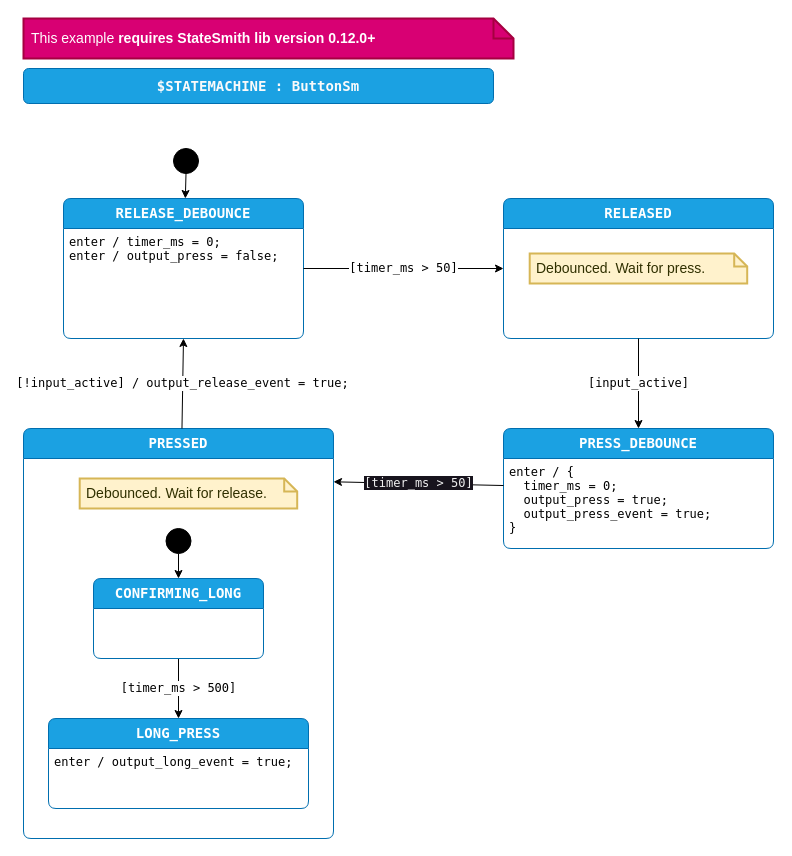
This is page "design" (1 of 3) of buttons-lights-2/ButtonSm.drawio from StateSmith/StateSmith-examples, a draw.io file, before an edit. Source tidied: cells renumbered, new cells numbered last; positions are measured from the earlier drawing's top-left corner, leaving out a move shared by most shapes. Both pictures are drawn from the tidied source at 100%, with x=0, y=0 at pixel (23, 18).
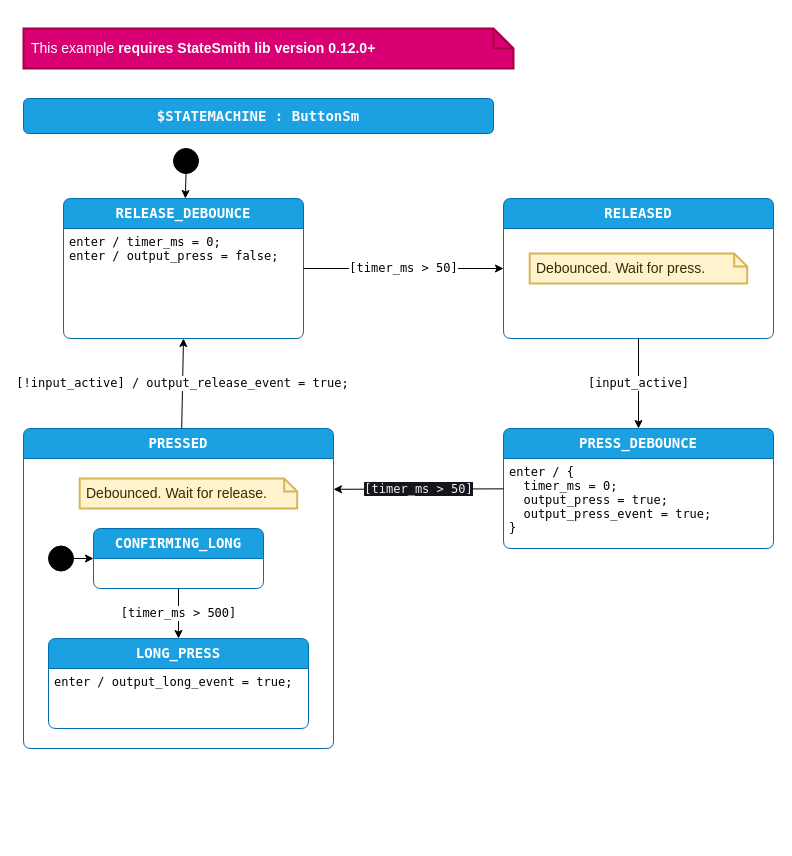
The same diagram, later.

Commit message (it also covers changes not shown here):
button-lights-2 platformio

The change refers to these unchanged cells:
```xml
<mxCell id="18" value="PRESS_DEBOUNCE" style="shape=swimlane;align=center;verticalAlign=top;fontFamily=Lucida Console;startSize=30;fontSize=14;fontStyle=1;fontColor=#ffffff;fillColor=#1ba1e2;swimlaneFillColor=default;rounded=1;arcSize=15;absoluteArcSize=1;points=[[0,0,0,0,0],[0,0.06,0,0,0],[0,0.13,0,0,0],[0,0.19,0,0,0],[0,0.25,0,0,0],[0,0.31,0,0,0],[0,0.38,0,0,0],[0,0.44,0,0,0],[0,0.5,0,0,0],[0,0.56,0,0,0],[0,0.63,0,0,0],[0,0.69,0,0,0],[0,0.75,0,0,0],[0,0.81,0,0,0],[0,0.88,0,0,0],[0,0.94,0,0,0],[0,1,0,0,0],[0.06,0,0,0,0],[0.06,1,0,0,0],[0.13,0,0,0,0],[0.13,1,0,0,0],[0.19,0,0,0,0],[0.19,1,0,0,0],[0.25,0,0,0,0],[0.25,1,0,0,0],[0.31,0,0,0,0],[0.31,1,0,0,0],[0.38,0,0,0,0],[0.38,1,0,0,0],[0.44,0,0,0,0],[0.44,1,0,0,0],[0.5,0,0,0,0],[0.5,1,0,0,0],[0.56,0,0,0,0],[0.56,1,0,0,0],[0.63,0,0,0,0],[0.63,1,0,0,0],[0.69,0,0,0,0],[0.69,1,0,0,0],[0.75,0,0,0,0],[0.75,1,0,0,0],[0.81,0,0,0,0],[0.81,1,0,0,0],[0.88,0,0,0,0],[0.88,1,0,0,0],[0.94,0,0,0,0],[0.94,1,0,0,0],[1,0,0,0,0],[1,0.06,0,0,0],[1,0.13,0,0,0],[1,0.19,0,0,0],[1,0.25,0,0,0],[1,0.31,0,0,0],[1,0.38,0,0,0],[1,0.44,0,0,0],[1,0.5,0,0,0],[1,0.56,0,0,0],[1,0.63,0,0,0],[1,0.69,0,0,0],[1,0.75,0,0,0],[1,0.81,0,0,0],[1,0.88,0,0,0],[1,0.94,0,0,0],[1,1,0,0,0]];strokeColor=#006EAF;" parent="1" vertex="1">
  <mxGeometry x="480" y="410" width="270" height="120" as="geometry" />
</mxCell>
```

The edit, as a diff of the source:
```diff
@@
     <mxCell id="4" value="&lt;div&gt;&lt;span style=&quot;background-color: initial;&quot;&gt;This example&amp;nbsp;&lt;/span&gt;&lt;b style=&quot;background-color: initial;&quot;&gt;requires StateSmith lib version 0.12.0+&lt;/b&gt;&lt;br&gt;&lt;/div&gt;" style="shape=note;strokeWidth=2;fontSize=14;size=20;whiteSpace=wrap;html=1;fillColor=#d80073;strokeColor=#A50040;fontColor=#ffffff;align=left;spacingLeft=6;" parent="1" vertex="1">
-      <mxGeometry width="490" height="40" as="geometry" />
+      <mxGeometry y="10" width="490" height="40" as="geometry" />
     </mxCell>
@@
     <mxCell id="7" value="PRESSED" style="shape=swimlane;align=center;verticalAlign=top;fontFamily=Lucida Console;startSize=30;fontSize=14;fontStyle=1;fontColor=#ffffff;fillColor=#1ba1e2;swimlaneFillColor=default;rounded=1;arcSize=15;absoluteArcSize=1;points=[[0,0,0,0,0],[0,0.06,0,0,0],[0,0.13,0,0,0],[0,0.19,0,0,0],[0,0.25,0,0,0],[0,0.31,0,0,0],[0,0.38,0,0,0],[0,0.44,0,0,0],[0,0.5,0,0,0],[0,0.56,0,0,0],[0,0.63,0,0,0],[0,0.69,0,0,0],[0,0.75,0,0,0],[0,0.81,0,0,0],[0,0.88,0,0,0],[0,0.94,0,0,0],[0,1,0,0,0],[0.06,0,0,0,0],[0.06,1,0,0,0],[0.13,0,0,0,0],[0.13,1,0,0,0],[0.19,0,0,0,0],[0.19,1,0,0,0],[0.25,0,0,0,0],[0.25,1,0,0,0],[0.31,0,0,0,0],[0.31,1,0,0,0],[0.38,0,0,0,0],[0.38,1,0,0,0],[0.44,0,0,0,0],[0.44,1,0,0,0],[0.5,0,0,0,0],[0.5,1,0,0,0],[0.56,0,0,0,0],[0.56,1,0,0,0],[0.63,0,0,0,0],[0.63,1,0,0,0],[0.69,0,0,0,0],[0.69,1,0,0,0],[0.75,0,0,0,0],[0.75,1,0,0,0],[0.81,0,0,0,0],[0.81,1,0,0,0],[0.88,0,0,0,0],[0.88,1,0,0,0],[0.94,0,0,0,0],[0.94,1,0,0,0],[1,0,0,0,0],[1,0.06,0,0,0],[1,0.13,0,0,0],[1,0.19,0,0,0],[1,0.25,0,0,0],[1,0.31,0,0,0],[1,0.38,0,0,0],[1,0.44,0,0,0],[1,0.5,0,0,0],[1,0.56,0,0,0],[1,0.63,0,0,0],[1,0.69,0,0,0],[1,0.75,0,0,0],[1,0.81,0,0,0],[1,0.88,0,0,0],[1,0.94,0,0,0],[1,1,0,0,0]];strokeColor=#006EAF;" parent="1" vertex="1">
-      <mxGeometry y="410" width="310" height="410" as="geometry" />
+      <mxGeometry y="410" width="310" height="320" as="geometry" />
     </mxCell>
@@
     <mxCell id="10" value="CONFIRMING_LONG" style="shape=swimlane;align=center;verticalAlign=top;fontFamily=Lucida Console;startSize=30;fontSize=14;fontStyle=1;fontColor=#ffffff;fillColor=#1ba1e2;swimlaneFillColor=default;rounded=1;arcSize=15;absoluteArcSize=1;points=[[0,0,0,0,0],[0,0.06,0,0,0],[0,0.13,0,0,0],[0,0.19,0,0,0],[0,0.25,0,0,0],[0,0.31,0,0,0],[0,0.38,0,0,0],[0,0.44,0,0,0],[0,0.5,0,0,0],[0,0.56,0,0,0],[0,0.63,0,0,0],[0,0.69,0,0,0],[0,0.75,0,0,0],[0,0.81,0,0,0],[0,0.88,0,0,0],[0,0.94,0,0,0],[0,1,0,0,0],[0.06,0,0,0,0],[0.06,1,0,0,0],[0.13,0,0,0,0],[0.13,1,0,0,0],[0.19,0,0,0,0],[0.19,1,0,0,0],[0.25,0,0,0,0],[0.25,1,0,0,0],[0.31,0,0,0,0],[0.31,1,0,0,0],[0.38,0,0,0,0],[0.38,1,0,0,0],[0.44,0,0,0,0],[0.44,1,0,0,0],[0.5,0,0,0,0],[0.5,1,0,0,0],[0.56,0,0,0,0],[0.56,1,0,0,0],[0.63,0,0,0,0],[0.63,1,0,0,0],[0.69,0,0,0,0],[0.69,1,0,0,0],[0.75,0,0,0,0],[0.75,1,0,0,0],[0.81,0,0,0,0],[0.81,1,0,0,0],[0.88,0,0,0,0],[0.88,1,0,0,0],[0.94,0,0,0,0],[0.94,1,0,0,0],[1,0,0,0,0],[1,0.06,0,0,0],[1,0.13,0,0,0],[1,0.19,0,0,0],[1,0.25,0,0,0],[1,0.31,0,0,0],[1,0.38,0,0,0],[1,0.44,0,0,0],[1,0.5,0,0,0],[1,0.56,0,0,0],[1,0.63,0,0,0],[1,0.69,0,0,0],[1,0.75,0,0,0],[1,0.81,0,0,0],[1,0.88,0,0,0],[1,0.94,0,0,0],[1,1,0,0,0]];strokeColor=#006EAF;" parent="7" vertex="1">
-      <mxGeometry x="70" y="150" width="170" height="80" as="geometry" />
+      <mxGeometry x="70" y="100" width="170" height="60" as="geometry" />
     </mxCell>
@@
     <mxCell id="13" value="$initial_state" style="shape=ellipse;fillColor=#000000;noLabel=1;" parent="7" vertex="1">
-      <mxGeometry x="142.5" y="100" width="25" height="25" as="geometry" />
+      <mxGeometry x="25" y="117.5" width="25" height="25" as="geometry" />
     </mxCell>
     <mxCell id="14" value="LONG_PRESS" style="shape=swimlane;align=center;verticalAlign=top;fontFamily=Lucida Console;startSize=30;fontSize=14;fontStyle=1;fontColor=#ffffff;fillColor=#1ba1e2;swimlaneFillColor=default;rounded=1;arcSize=15;absoluteArcSize=1;points=[[0,0,0,0,0],[0,0.06,0,0,0],[0,0.13,0,0,0],[0,0.19,0,0,0],[0,0.25,0,0,0],[0,0.31,0,0,0],[0,0.38,0,0,0],[0,0.44,0,0,0],[0,0.5,0,0,0],[0,0.56,0,0,0],[0,0.63,0,0,0],[0,0.69,0,0,0],[0,0.75,0,0,0],[0,0.81,0,0,0],[0,0.88,0,0,0],[0,0.94,0,0,0],[0,1,0,0,0],[0.06,0,0,0,0],[0.06,1,0,0,0],[0.13,0,0,0,0],[0.13,1,0,0,0],[0.19,0,0,0,0],[0.19,1,0,0,0],[0.25,0,0,0,0],[0.25,1,0,0,0],[0.31,0,0,0,0],[0.31,1,0,0,0],[0.38,0,0,0,0],[0.38,1,0,0,0],[0.44,0,0,0,0],[0.44,1,0,0,0],[0.5,0,0,0,0],[0.5,1,0,0,0],[0.56,0,0,0,0],[0.56,1,0,0,0],[0.63,0,0,0,0],[0.63,1,0,0,0],[0.69,0,0,0,0],[0.69,1,0,0,0],[0.75,0,0,0,0],[0.75,1,0,0,0],[0.81,0,0,0,0],[0.81,1,0,0,0],[0.88,0,0,0,0],[0.88,1,0,0,0],[0.94,0,0,0,0],[0.94,1,0,0,0],[1,0,0,0,0],[1,0.06,0,0,0],[1,0.13,0,0,0],[1,0.19,0,0,0],[1,0.25,0,0,0],[1,0.31,0,0,0],[1,0.38,0,0,0],[1,0.44,0,0,0],[1,0.5,0,0,0],[1,0.56,0,0,0],[1,0.63,0,0,0],[1,0.69,0,0,0],[1,0.75,0,0,0],[1,0.81,0,0,0],[1,0.88,0,0,0],[1,0.94,0,0,0],[1,1,0,0,0]];strokeColor=#006EAF;" parent="7" vertex="1">
-      <mxGeometry x="25" y="290" width="260" height="90" as="geometry" />
+      <mxGeometry x="25" y="210" width="260" height="90" as="geometry" />
     </mxCell>
@@
     <mxCell id="17" value="&lt;span style=&quot;color: rgb(250, 250, 250); font-family: &amp;quot;Lucida Console&amp;quot;; font-size: 14px; font-weight: 700; text-wrap: nowrap;&quot;&gt;$STATEMACHINE : ButtonSm&lt;/span&gt;" style="rounded=1;whiteSpace=wrap;html=1;fillColor=#1ba1e2;fontColor=#ffffff;strokeColor=#006EAF;" parent="1" vertex="1">
-      <mxGeometry y="50" width="470" height="35" as="geometry" />
+      <mxGeometry y="80" width="470" height="35" as="geometry" />
     </mxCell>
@@
-    <mxCell id="25" value="&lt;span style=&quot;color: rgb(240, 240, 240); font-family: &amp;quot;Lucida Console&amp;quot;; font-size: 12px; font-style: normal; font-variant-ligatures: normal; font-variant-caps: normal; font-weight: 400; letter-spacing: normal; orphans: 2; text-align: center; text-indent: 0px; text-transform: none; widows: 2; word-spacing: 0px; -webkit-text-stroke-width: 0px; white-space: nowrap; background-color: rgb(24, 20, 29); text-decoration-thickness: initial; text-decoration-style: initial; text-decoration-color: initial; display: inline !important; float: none;&quot;&gt;[timer_ms &amp;gt; 50]&lt;/span&gt;" style="shape=connector;rounded=0;jettySize=auto;html=1;entryX=1;entryY=0.13;entryDx=0;entryDy=0;entryPerimeter=0;strokeColor=default;align=center;verticalAlign=middle;fontFamily=Lucida Console;fontSize=12;fontColor=default;labelBackgroundColor=default;endArrow=classic;" parent="1" edge="1" source="18" target="7">
+    <mxCell id="25" value="&lt;span style=&quot;color: rgb(240, 240, 240); font-family: &amp;quot;Lucida Console&amp;quot;; font-size: 12px; font-style: normal; font-variant-ligatures: normal; font-variant-caps: normal; font-weight: 400; letter-spacing: normal; orphans: 2; text-align: center; text-indent: 0px; text-transform: none; widows: 2; word-spacing: 0px; -webkit-text-stroke-width: 0px; white-space: nowrap; background-color: rgb(24, 20, 29); text-decoration-thickness: initial; text-decoration-style: initial; text-decoration-color: initial; display: inline !important; float: none;&quot;&gt;[timer_ms &amp;gt; 50]&lt;/span&gt;" style="shape=connector;rounded=0;jettySize=auto;html=1;entryX=1;entryY=0.19;entryDx=0;entryDy=0;entryPerimeter=0;strokeColor=default;align=center;verticalAlign=middle;fontFamily=Lucida Console;fontSize=12;fontColor=default;labelBackgroundColor=default;endArrow=classic;" parent="1" edge="1" source="18" target="7">
       <mxGeometry relative="1" as="geometry" />
     </mxCell>
```
